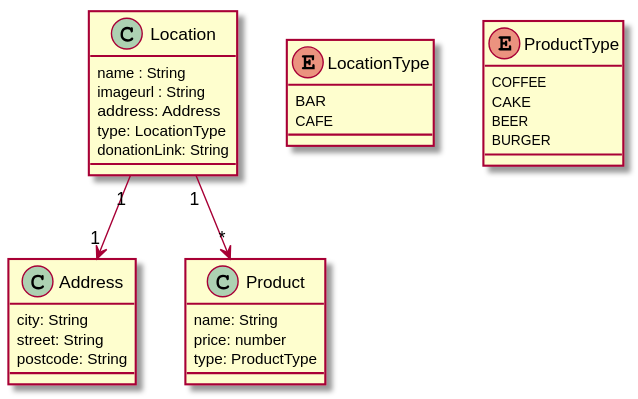
The PlantUML diagram doc/model.svg in VirtualCoffee/lokalrunde, before a commit. The source it was exported from:
```plantuml
@startuml

Location "1" --> "1" Address
Location "1" --> "*" Product

class Location {
   name : String
   imageurl : String
   address: Address
   type: LocationType
   donationLink: String
}

enum LocationType
{
    BAR
    CAFE
}

class Address {
    city: String
    street: String
    postcode: String
}

class Product {
    name: String
    price: number
    type: ProductType
}

enum ProductType {
    COFFEE
    CAKE
    BEER
    BURGER
}

@enduml
```
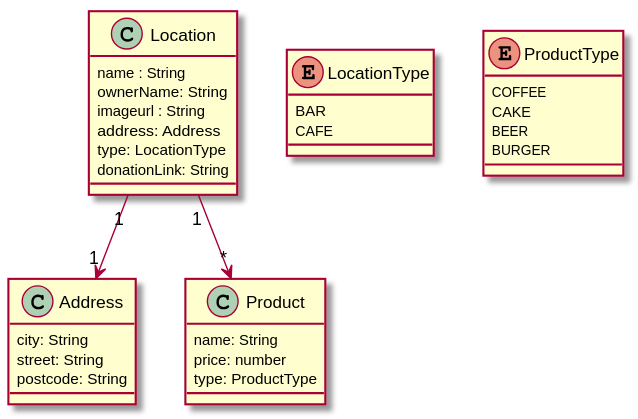
The same file after the commit.

Commit message:
add ownerName to UML class location

What changed in the source:
```diff
@@ -5,6 +5,7 @@
 
 class Location {
    name : String
+   ownerName: String
    imageurl : String
    address: Address
    type: LocationType
```
